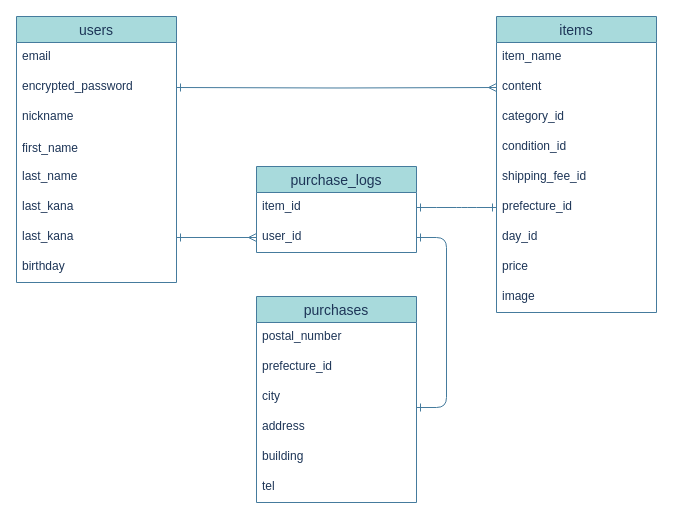
Above: ER.dio in saraya103/furima-35195 (draw.io), before the change. Source tidied: cells renumbered, new cells numbered last; positions are measured from the earlier drawing's top-left corner, leaving out a move shared by most shapes. Both pictures are drawn from the tidied source at 100%, with x=0, y=0 at pixel (16, 16).
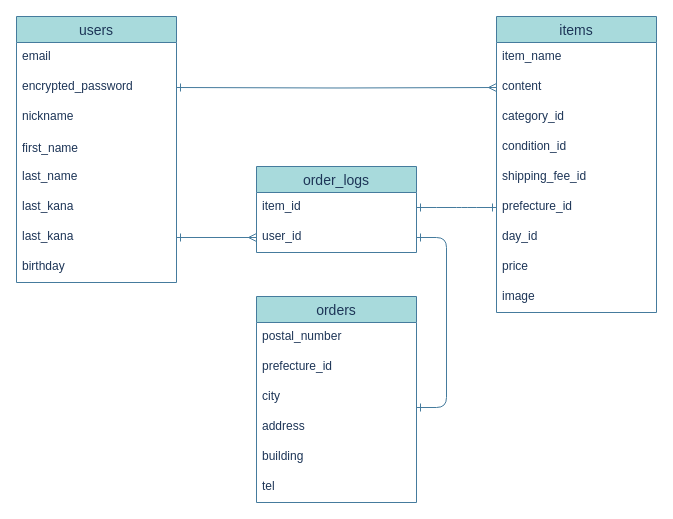
After the change.

Diff of the diagram source:
```diff
@@
-    <mxCell id="21" value="purchase_logs" style="swimlane;fontStyle=0;horizontal=1;startSize=26;align=center;fontSize=14;fillColor=#A8DADC;strokeColor=#457B9D;fontColor=#1D3557;swimlaneFillColor=#ffffff;" parent="1" vertex="1">
+    <mxCell id="21" value="order_logs" style="swimlane;fontStyle=0;horizontal=1;startSize=26;align=center;fontSize=14;fillColor=#A8DADC;strokeColor=#457B9D;fontColor=#1D3557;swimlaneFillColor=#ffffff;" parent="1" vertex="1">
       <mxGeometry x="240" y="150" width="160" height="86" as="geometry" />
     </mxCell>
@@
-    <mxCell id="24" value="purchases" style="swimlane;fontStyle=0;horizontal=1;startSize=26;align=center;fontSize=14;fillColor=#A8DADC;strokeColor=#457B9D;fontColor=#1D3557;swimlaneFillColor=#ffffff;" parent="1" vertex="1">
+    <mxCell id="24" value="orders" style="swimlane;fontStyle=0;horizontal=1;startSize=26;align=center;fontSize=14;fillColor=#A8DADC;strokeColor=#457B9D;fontColor=#1D3557;swimlaneFillColor=#ffffff;" parent="1" vertex="1">
       <mxGeometry x="240" y="280" width="160" height="206" as="geometry" />
     </mxCell>
```
